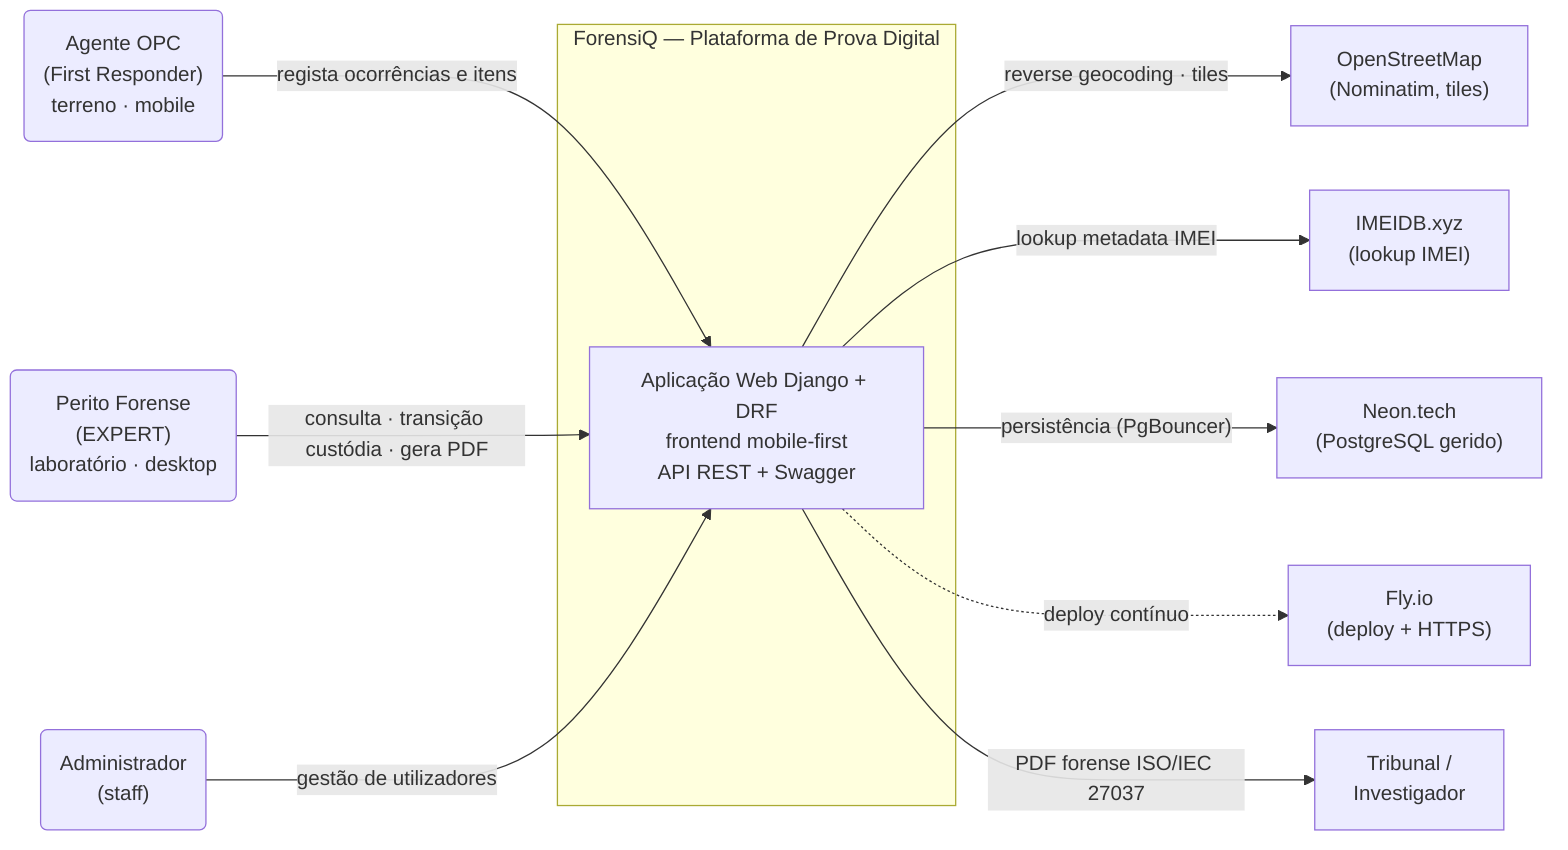
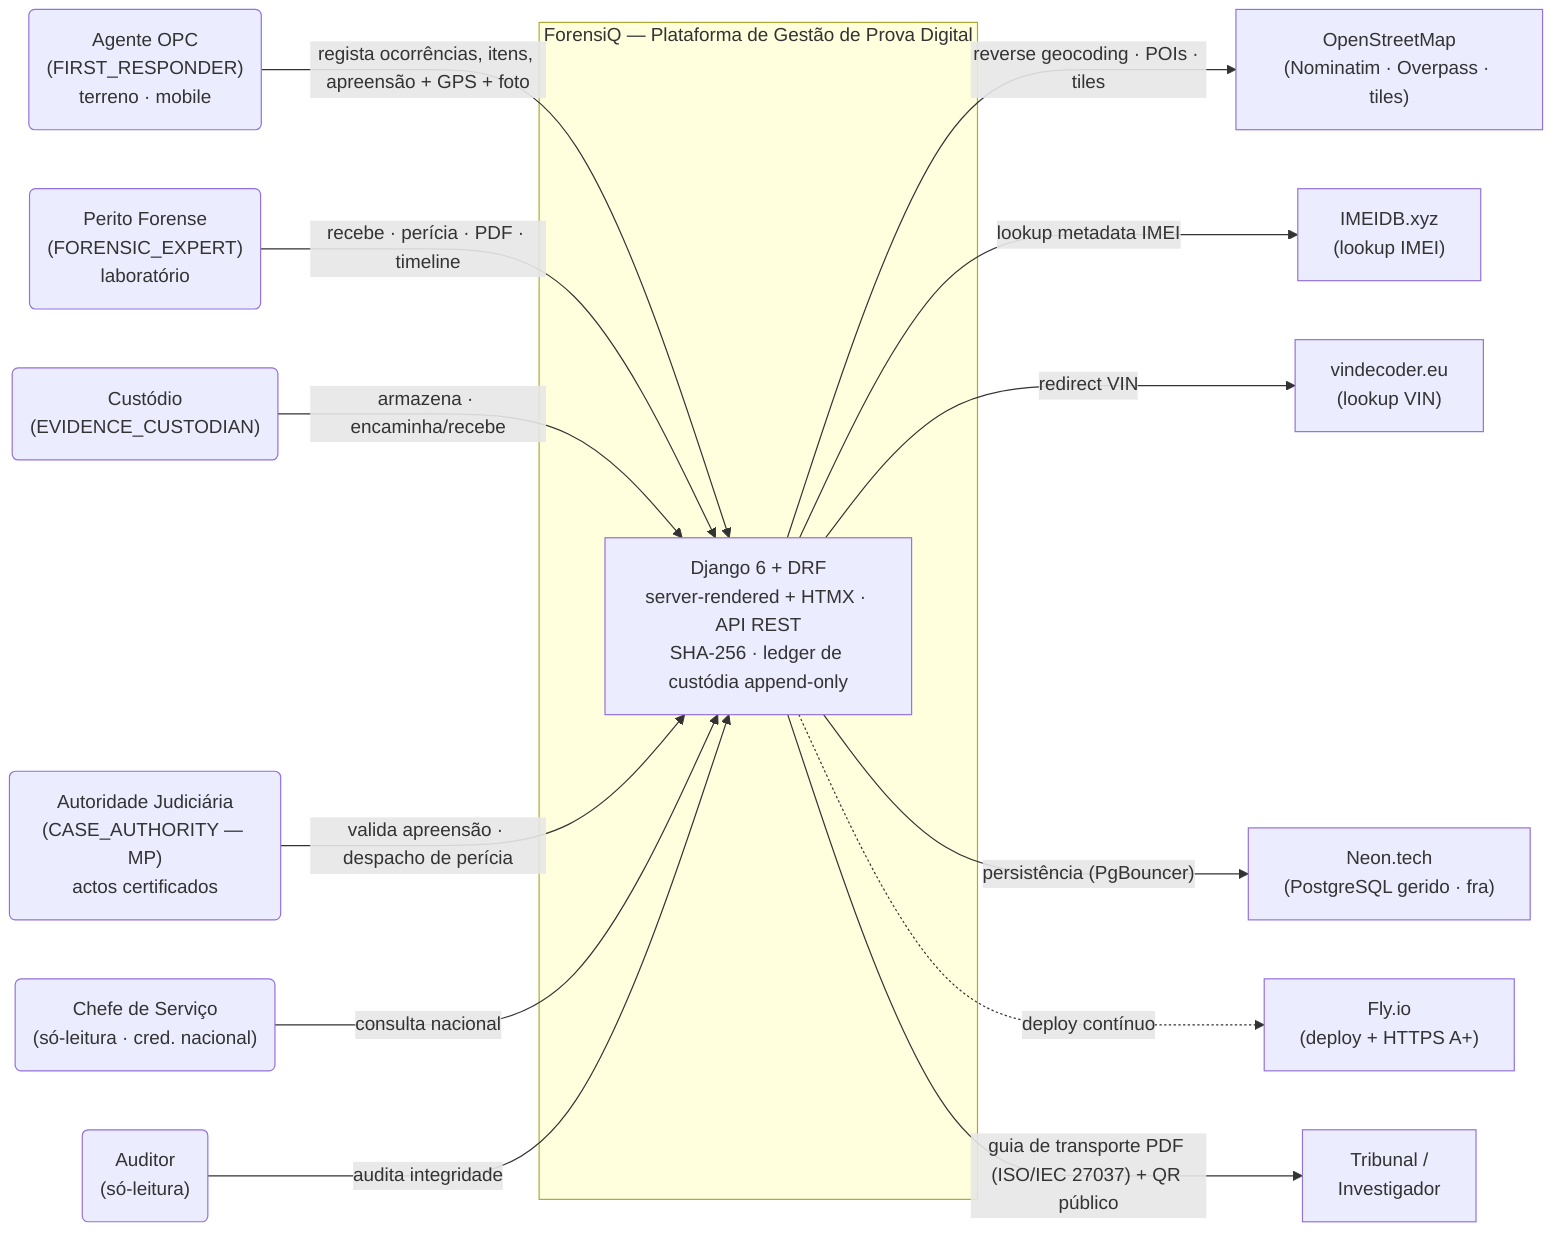
- %% ForensiQ — C4 Nível 1 (Contexto)
- %% Renderizar: npx -p @mermaid-js/mermaid-cli mmdc -i c4-context.mmd -o c4-context.png -b transparent -w 1600
+ %% ForensiQ — C4 Nível 1 (Contexto) — actualizado 2026-06-13 (estado pós-refactor Fase 2/3)
+ %% NOTA: o PNG versionado (c4-context.png) foi gerado nesta sessão via Graphviz
+ %%       (ver c4-context.dot) por indisponibilidade offline do mermaid-cli.
+ %%       Este .mmd mantém-se como fonte alternativa; reflecte o mesmo conteúdo.
+ %% Renderizar (mermaid): npx -p @mermaid-js/mermaid-cli mmdc -i c4-context.mmd -o c4-context.png -b transparent -w 1600

flowchart LR
-     Agent("Agente OPC<br/>(First Responder)<br/>terreno · mobile")
-     Expert("Perito Forense<br/>(EXPERT)<br/>laboratório · desktop")
-     Admin("Administrador<br/>(staff)")
+     Agent("Agente OPC<br/>(FIRST_RESPONDER)<br/>terreno · mobile")
+     Expert("Perito Forense<br/>(FORENSIC_EXPERT)<br/>laboratório")
+     Custod("Custódio<br/>(EVIDENCE_CUSTODIAN)")
+     MP("Autoridade Judiciária<br/>(CASE_AUTHORITY — MP)<br/>actos certificados")
+     Chefe("Chefe de Serviço<br/>(só-leitura · cred. nacional)")
+     Auditor("Auditor<br/>(só-leitura)")

-     subgraph ForensiQ["ForensiQ — Plataforma de Prova Digital"]
-         App["Aplicação Web Django + DRF<br/>frontend mobile-first<br/>API REST + Swagger"]
+     subgraph ForensiQ["ForensiQ — Plataforma de Gestão de Prova Digital"]
+         App["Django 6 + DRF<br/>server-rendered + HTMX · API REST<br/>SHA-256 · ledger de custódia append-only"]
    end

-     OSM["OpenStreetMap<br/>(Nominatim, tiles)"]
+     OSM["OpenStreetMap<br/>(Nominatim · Overpass · tiles)"]
    IMEIDB["IMEIDB.xyz<br/>(lookup IMEI)"]
-     Neon["Neon.tech<br/>(PostgreSQL gerido)"]
-     Fly["Fly.io<br/>(deploy + HTTPS)"]
+     VIN["vindecoder.eu<br/>(lookup VIN)"]
+     Neon["Neon.tech<br/>(PostgreSQL gerido · fra)"]
+     Fly["Fly.io<br/>(deploy + HTTPS A+)"]
    Court["Tribunal /<br/>Investigador"]

-     Agent -->|"regista ocorrências e itens"| App
-     Expert -->|"consulta · transição custódia · gera PDF"| App
-     Admin -->|"gestão de utilizadores"| App
+     Agent -->|"regista ocorrências, itens, apreensão + GPS + foto"| App
+     Expert -->|"recebe · perícia · PDF · timeline"| App
+     Custod -->|"armazena · encaminha/recebe"| App
+     MP -->|"valida apreensão · despacho de perícia"| App
+     Chefe -->|"consulta nacional"| App
+     Auditor -->|"audita integridade"| App

-     App -->|"reverse geocoding · tiles"| OSM
+     App -->|"reverse geocoding · POIs · tiles"| OSM
    App -->|"lookup metadata IMEI"| IMEIDB
+     App -->|"redirect VIN"| VIN
    App -->|"persistência (PgBouncer)"| Neon
    App -.->|"deploy contínuo"| Fly
- 
-     App -->|"PDF forense ISO/IEC 27037"| Court
+     App -->|"guia de transporte PDF (ISO/IEC 27037) + QR público"| Court
